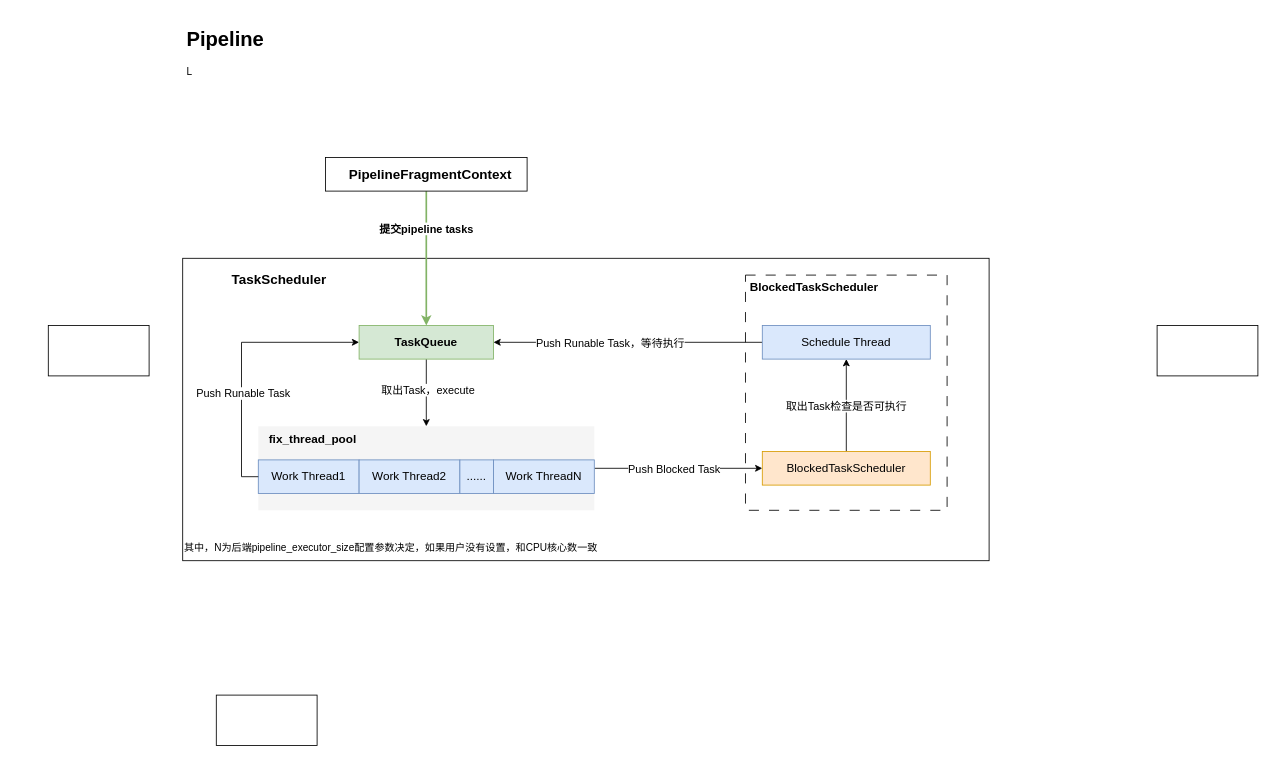
Above: page "Doris" (13 of 13) of Draw.io/DB.drawio in DepInjoy/geektime (draw.io), before the change. Source tidied: cells renumbered, new cells numbered last; positions are measured from the earlier drawing's top-left corner, leaving out a move shared by most shapes. Both pictures are drawn from the tidied source at 84%, with x=0, y=0 at pixel (48, 23).
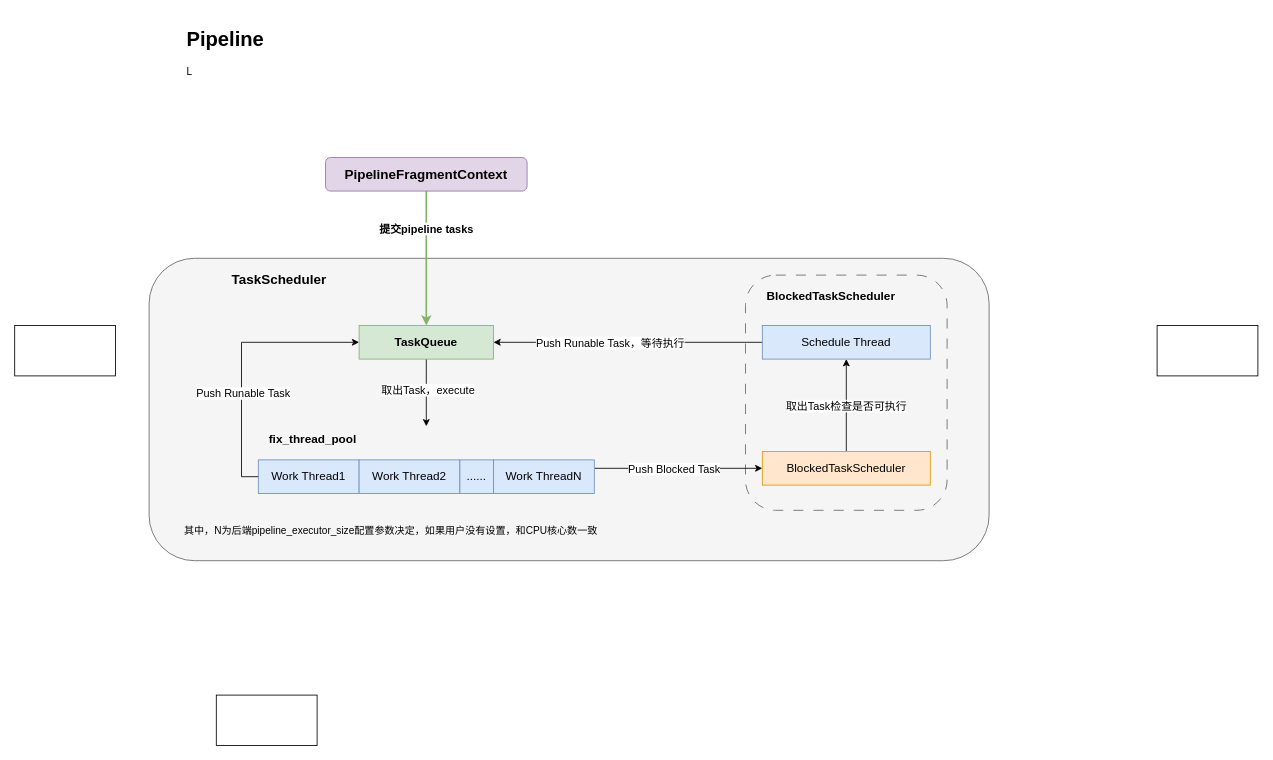
The same page after the edit.

The edit, as a diff of the source:
```diff
@@
-    <mxCell id="2" style="rounded=0;whiteSpace=wrap;html=1;" parent="1" vertex="1">
-      <mxGeometry x="160" y="280" width="960" height="360" as="geometry" />
+    <mxCell id="2" style="rounded=1;whiteSpace=wrap;html=1;fillColor=#f5f5f5;fontColor=#333333;strokeColor=#666666;" parent="1" vertex="1">
+      <mxGeometry x="120" y="280" width="1000" height="360" as="geometry" />
     </mxCell>
-    <mxCell id="3" style="rounded=0;whiteSpace=wrap;html=1;strokeColor=default;dashed=1;dashPattern=12 12;" parent="1" vertex="1">
+    <mxCell id="3" style="rounded=1;whiteSpace=wrap;html=1;strokeColor=#666666;dashed=1;dashPattern=12 12;fillColor=#f5f5f5;fontColor=#333333;" parent="1" vertex="1">
       <mxGeometry x="830" y="300" width="240" height="280" as="geometry" />
     </mxCell>
@@
     <mxCell id="24" value="&lt;font style=&quot;font-size: 14px;&quot;&gt;&lt;b&gt;&amp;nbsp;BlockedTaskScheduler&lt;/b&gt;&lt;/font&gt;" style="text;html=1;strokeColor=none;fillColor=none;align=center;verticalAlign=middle;whiteSpace=wrap;rounded=0;" parent="1" vertex="1">
-      <mxGeometry x="830" y="300" width="160" height="30" as="geometry" />
+      <mxGeometry x="850" y="310" width="160" height="30" as="geometry" />
     </mxCell>
     <mxCell id="25" style="rounded=0;whiteSpace=wrap;html=1;" parent="1" vertex="1">
-      <mxGeometry y="360" width="120" height="60" as="geometry" />
+      <mxGeometry x="-40" y="360" width="120" height="60" as="geometry" />
     </mxCell>
@@
-    <mxCell id="32" style="rounded=0;whiteSpace=wrap;html=1;" parent="1" vertex="1">
+    <mxCell id="32" style="rounded=1;whiteSpace=wrap;html=1;fillColor=#e1d5e7;strokeColor=#9673a6;" parent="1" vertex="1">
       <mxGeometry x="330" y="160" width="240" height="40" as="geometry" />
     </mxCell>
     <mxCell id="33" value="&lt;b&gt;&lt;font style=&quot;font-size: 16px;&quot;&gt;PipelineFragmentContext&lt;/font&gt;&lt;/b&gt;" style="text;html=1;strokeColor=none;fillColor=none;align=center;verticalAlign=middle;whiteSpace=wrap;rounded=0;" parent="1" vertex="1">
-      <mxGeometry x="385" y="165" width="140" height="30" as="geometry" />
+      <mxGeometry x="345" y="165" width="210" height="30" as="geometry" />
     </mxCell>
     <mxCell id="34" value="其中，N为后端pipeline_executor_size配置参数决定，如果用户没有设置，和CPU核心数一致" style="text;html=1;strokeColor=none;fillColor=none;align=left;verticalAlign=middle;whiteSpace=wrap;rounded=0;" parent="1" vertex="1">
-      <mxGeometry x="160" y="610" width="520" height="30" as="geometry" />
+      <mxGeometry x="160" y="590" width="520" height="30" as="geometry" />
     </mxCell>
```
